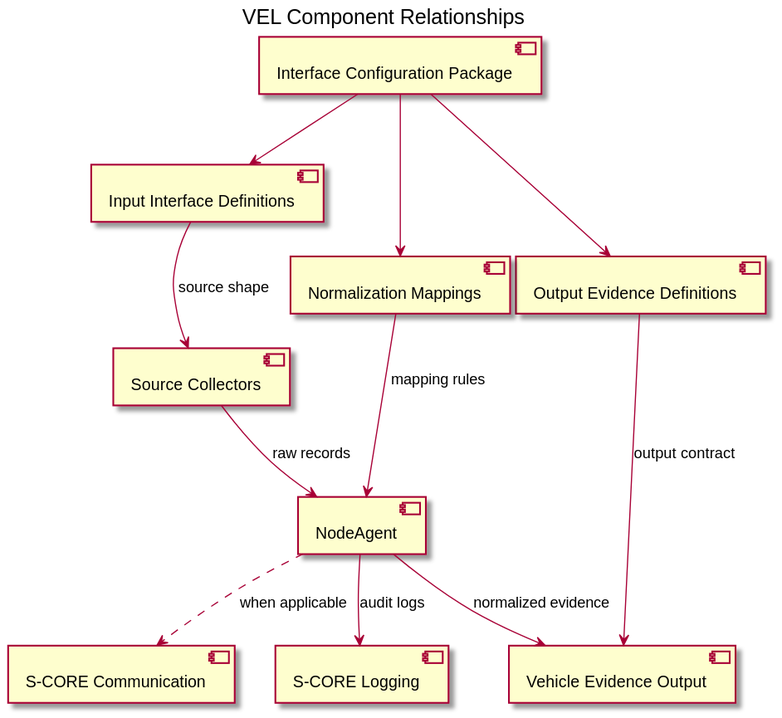
The PlantUML diagram docs/features/assets/VEL_component_relationship.svg in eclipse-pullpiri/vel, before a commit. Source of this version:
```plantuml
@startuml
title VEL Component Relationships

component "NodeAgent" as nodeagent
component "Source Collectors" as collectors
component "Interface Configuration Package" as package
component "Input Interface Definitions" as input
component "Output Evidence Definitions" as output
component "Normalization Mappings" as mappings
component "Vehicle Evidence Output" as evidence_output
component "S-CORE Communication" as communication
component "S-CORE Logging" as logging

package --> input
package --> output
package --> mappings
input --> collectors : source shape
collectors --> nodeagent : raw records
mappings --> nodeagent : mapping rules
nodeagent --> evidence_output : normalized evidence
nodeagent --> logging : audit logs
nodeagent ..> communication : when applicable
output --> evidence_output : output contract
@enduml
```
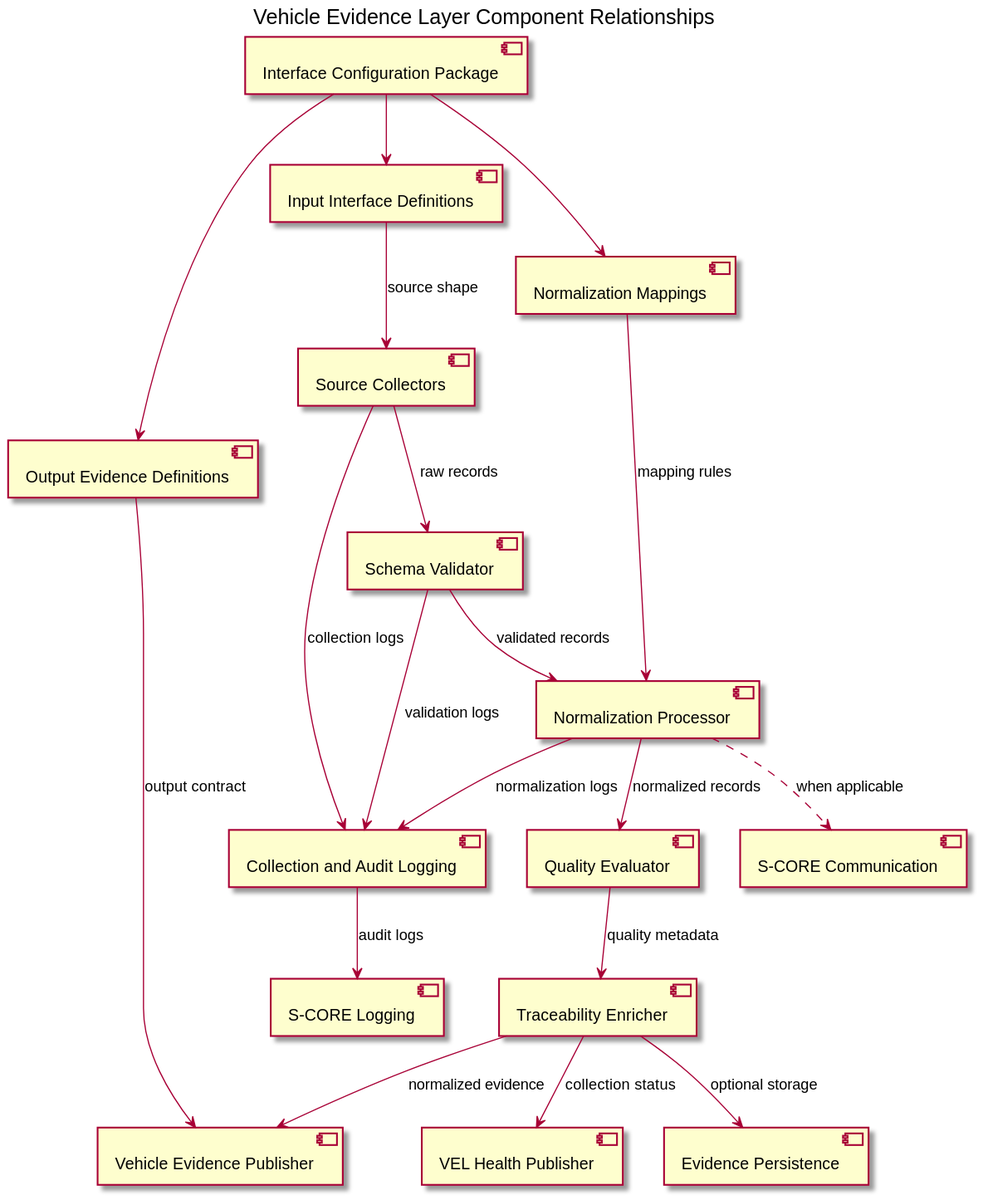
After the commit.

Commit message:
docs(architecture): decompose Vehicle Evidence Layer responsibilities [#18] [#19]

What changed in the source:
```diff
@@ -1,24 +1,38 @@
 @startuml
-title VEL Component Relationships
+title Vehicle Evidence Layer Component Relationships
 
-component "NodeAgent" as nodeagent
 component "Source Collectors" as collectors
 component "Interface Configuration Package" as package
 component "Input Interface Definitions" as input
 component "Output Evidence Definitions" as output
 component "Normalization Mappings" as mappings
-component "Vehicle Evidence Output" as evidence_output
+component "Schema Validator" as validator
+component "Normalization Processor" as normalizer
+component "Quality Evaluator" as quality
+component "Traceability Enricher" as traceability
+component "Evidence Persistence" as persistence
+component "Vehicle Evidence Publisher" as publisher
+component "VEL Health Publisher" as health
+component "Collection and Audit Logging" as logging
 component "S-CORE Communication" as communication
-component "S-CORE Logging" as logging
+component "S-CORE Logging" as score_logging
 
 package --> input
 package --> output
 package --> mappings
 input --> collectors : source shape
-collectors --> nodeagent : raw records
-mappings --> nodeagent : mapping rules
-nodeagent --> evidence_output : normalized evidence
-nodeagent --> logging : audit logs
-nodeagent ..> communication : when applicable
-output --> evidence_output : output contract
+collectors --> validator : raw records
+validator --> normalizer : validated records
+mappings --> normalizer : mapping rules
+normalizer --> quality : normalized records
+quality --> traceability : quality metadata
+traceability --> persistence : optional storage
+traceability --> publisher : normalized evidence
+traceability --> health : collection status
+output --> publisher : output contract
+collectors --> logging : collection logs
+validator --> logging : validation logs
+normalizer --> logging : normalization logs
+logging --> score_logging : audit logs
+normalizer ..> communication : when applicable
 @enduml
```
